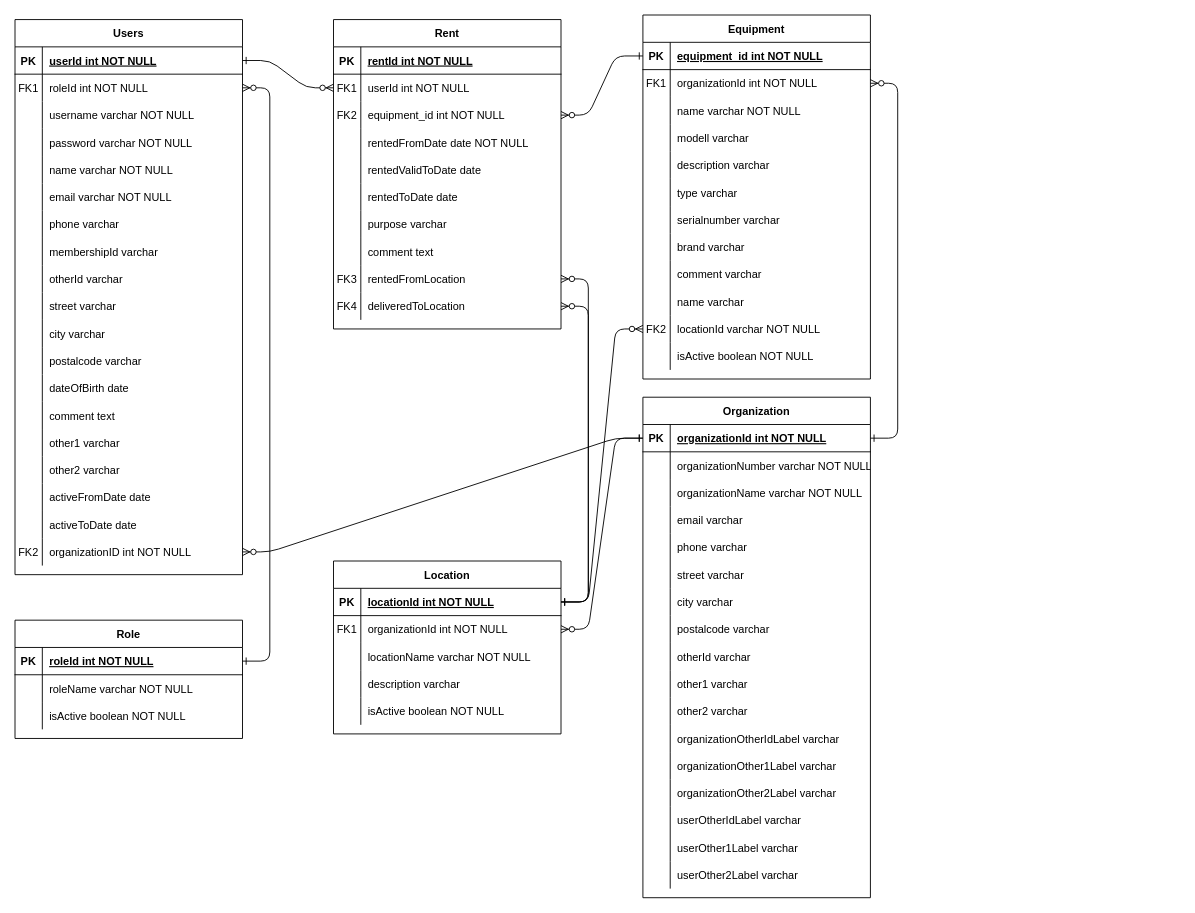
roarengen/equiplib keeps this draw.io diagram as Database.drawio. Above is the earlier version. Source tidied: cells renumbered, new cells numbered last; positions are measured from the earlier drawing's top-left corner, leaving out a move shared by most shapes. Both pictures are drawn from the tidied source at 91%, with x=0, y=0 at pixel (15, 15).
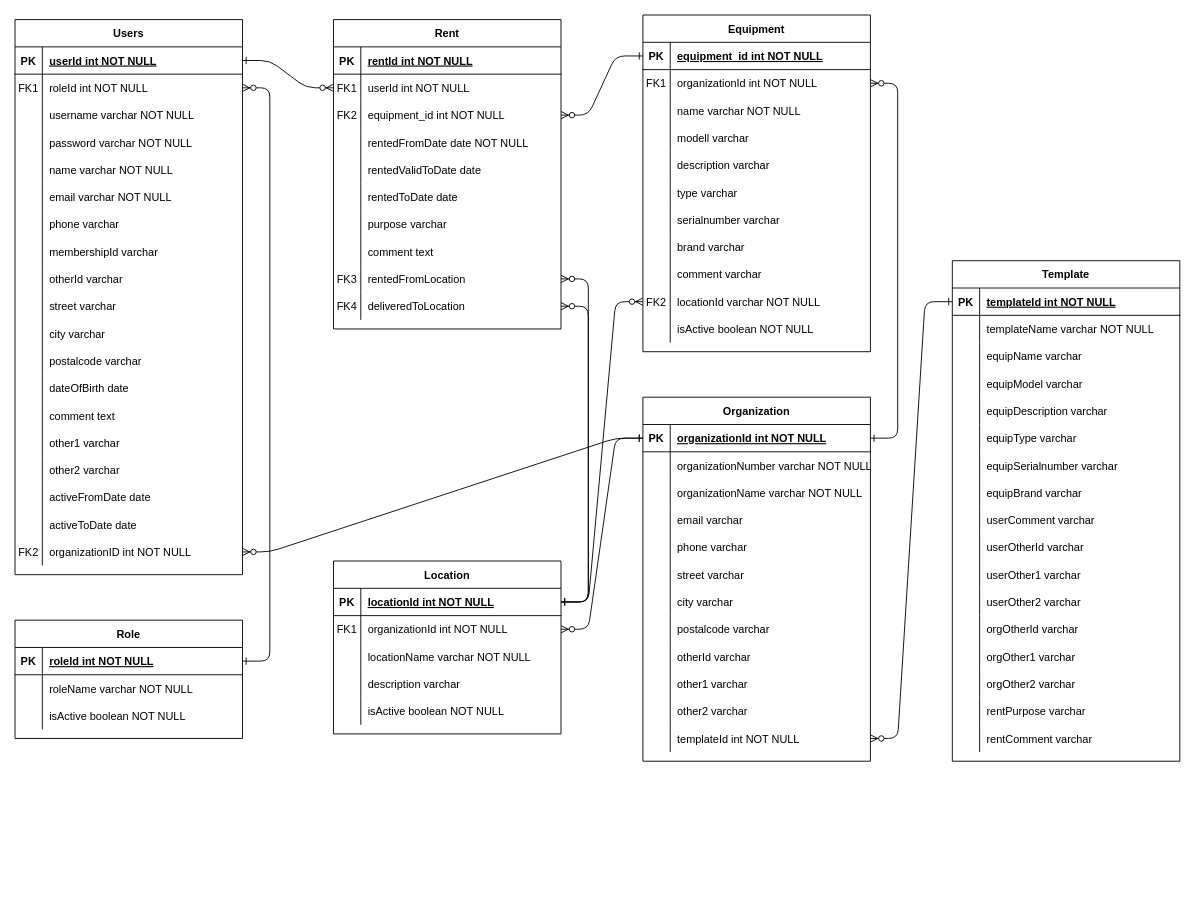
The same diagram, later.

Commit message:
Added template table and removed label fields from org table

What changed in the source:
```diff
@@
     <mxCell id="103" value="Equipment" style="shape=table;startSize=30;childLayout=tableLayout;rowLines=0;fontStyle=1;align=center;" parent="1" vertex="1">
-      <mxGeometry x="690" width="250" height="400" as="geometry" />
+      <mxGeometry x="690" width="250" height="370" as="geometry" />
     </mxCell>
@@
-    <mxCell id="131" style="shape=partialRectangle;fillColor=none;top=0;left=0;right=0;bottom=0;" parent="103" vertex="1">
-      <mxGeometry y="300" width="250" height="30" as="geometry" />
-    </mxCell>
-    <mxCell id="132" style="shape=partialRectangle;overflow=hidden;fillColor=none;top=0;left=0;bottom=0;right=0;" parent="131" vertex="1">
-      <mxGeometry width="30" height="30" as="geometry" />
-    </mxCell>
-    <mxCell id="133" value="name varchar" style="shape=partialRectangle;overflow=hidden;fillColor=none;top=0;left=0;bottom=0;right=0;align=left;spacingLeft=6;" parent="131" vertex="1">
-      <mxGeometry x="30" width="220" height="30" as="geometry" />
-    </mxCell>
     <mxCell id="134" style="shape=partialRectangle;fillColor=none;points=[[0,0.5],[1,0.5]];portConstraint=eastwest;top=0;left=0;right=0;bottom=0;" parent="103" vertex="1">
-      <mxGeometry y="330" width="250" height="30" as="geometry" />
+      <mxGeometry y="300" width="250" height="30" as="geometry" />
     </mxCell>
@@
     <mxCell id="137" style="shape=partialRectangle;fillColor=none;top=0;left=0;right=0;bottom=0;" parent="103" vertex="1">
-      <mxGeometry y="360" width="250" height="30" as="geometry" />
+      <mxGeometry y="330" width="250" height="30" as="geometry" />
     </mxCell>
@@
     <mxCell id="159" value="Organization" style="shape=table;startSize=30;childLayout=tableLayout;rowLines=0;fontStyle=1;align=center;" parent="1" vertex="1">
-      <mxGeometry x="690" y="420" width="250" height="550" as="geometry" />
+      <mxGeometry x="690" y="420" width="250" height="400" as="geometry" />
     </mxCell>
@@
-    <mxCell id="190" style="shape=partialRectangle;fillColor=none;top=0;left=0;right=0;bottom=0;" parent="159" vertex="1">
-      <mxGeometry y="330" width="250" height="30" as="geometry" />
-    </mxCell>
-    <mxCell id="191" style="shape=partialRectangle;overflow=hidden;fillColor=none;top=0;left=0;bottom=0;right=0;" parent="190" vertex="1">
-      <mxGeometry width="30" height="30" as="geometry" />
-    </mxCell>
+    <mxCell id="215" style="shape=partialRectangle;fillColor=none;top=0;left=0;right=0;bottom=0;" parent="159" vertex="1">
+      <mxGeometry y="330" width="250" height="30" as="geometry" />
+    </mxCell>
+    <mxCell id="216" style="shape=partialRectangle;overflow=hidden;fillColor=none;top=0;left=0;bottom=0;right=0;" parent="215" vertex="1">
+      <mxGeometry width="30" height="30" as="geometry" />
+    </mxCell>
-    <mxCell id="192" value="other2 varchar" style="shape=partialRectangle;overflow=hidden;fillColor=none;top=0;left=0;bottom=0;right=0;align=left;spacingLeft=6;" parent="190" vertex="1">
+    <mxCell id="192" value="other2 varchar" style="shape=partialRectangle;overflow=hidden;fillColor=none;top=0;left=0;bottom=0;right=0;align=left;spacingLeft=6;" parent="215" vertex="1">
       <mxGeometry x="30" width="220" height="30" as="geometry" />
     </mxCell>
-    <mxCell id="193" style="shape=partialRectangle;fillColor=none;top=0;left=0;right=0;bottom=0;" parent="159" vertex="1">
-      <mxGeometry y="360" width="250" height="30" as="geometry" />
-    </mxCell>
-    <mxCell id="194" style="shape=partialRectangle;overflow=hidden;fillColor=none;top=0;left=0;bottom=0;right=0;" parent="193" vertex="1">
-      <mxGeometry width="30" height="30" as="geometry" />
-    </mxCell>
-    <mxCell id="195" value="organizationOtherIdLabel varchar" style="shape=partialRectangle;overflow=hidden;fillColor=none;top=0;left=0;bottom=0;right=0;align=left;spacingLeft=6;" parent="193" vertex="1">
-      <mxGeometry x="30" width="220" height="30" as="geometry" />
-    </mxCell>
-    <mxCell id="196" style="shape=partialRectangle;fillColor=none;top=0;left=0;right=0;bottom=0;" parent="159" vertex="1">
-      <mxGeometry y="390" width="250" height="30" as="geometry" />
-    </mxCell>
-    <mxCell id="197" style="shape=partialRectangle;overflow=hidden;fillColor=none;top=0;left=0;bottom=0;right=0;" parent="196" vertex="1">
-      <mxGeometry width="30" height="30" as="geometry" />
-    </mxCell>
-    <mxCell id="198" value="organizationOther1Label varchar" style="shape=partialRectangle;overflow=hidden;fillColor=none;top=0;left=0;bottom=0;right=0;align=left;spacingLeft=6;" parent="196" vertex="1">
-      <mxGeometry x="30" width="220" height="30" as="geometry" />
-    </mxCell>
-    <mxCell id="199" style="shape=partialRectangle;fillColor=none;top=0;left=0;right=0;bottom=0;" parent="159" vertex="1">
-      <mxGeometry y="420" width="250" height="30" as="geometry" />
-    </mxCell>
-    <mxCell id="200" style="shape=partialRectangle;overflow=hidden;fillColor=none;top=0;left=0;bottom=0;right=0;" parent="199" vertex="1">
-      <mxGeometry width="30" height="30" as="geometry" />
-    </mxCell>
-    <mxCell id="201" value="organizationOther2Label varchar" style="shape=partialRectangle;overflow=hidden;fillColor=none;top=0;left=0;bottom=0;right=0;align=left;spacingLeft=6;" parent="199" vertex="1">
-      <mxGeometry x="30" width="220" height="30" as="geometry" />
-    </mxCell>
-    <mxCell id="202" style="shape=partialRectangle;fillColor=none;top=0;left=0;right=0;bottom=0;" parent="159" vertex="1">
-      <mxGeometry y="450" width="250" height="30" as="geometry" />
-    </mxCell>
-    <mxCell id="203" style="shape=partialRectangle;overflow=hidden;fillColor=none;top=0;left=0;bottom=0;right=0;" parent="202" vertex="1">
-      <mxGeometry width="30" height="30" as="geometry" />
-    </mxCell>
-    <mxCell id="204" value="userOtherIdLabel varchar" style="shape=partialRectangle;overflow=hidden;fillColor=none;top=0;left=0;bottom=0;right=0;align=left;spacingLeft=6;" parent="202" vertex="1">
-      <mxGeometry x="30" width="220" height="30" as="geometry" />
-    </mxCell>
-    <mxCell id="205" style="shape=partialRectangle;fillColor=none;top=0;left=0;right=0;bottom=0;" parent="159" vertex="1">
-      <mxGeometry y="480" width="250" height="30" as="geometry" />
-    </mxCell>
-    <mxCell id="206" style="shape=partialRectangle;overflow=hidden;fillColor=none;top=0;left=0;bottom=0;right=0;" parent="205" vertex="1">
-      <mxGeometry width="30" height="30" as="geometry" />
-    </mxCell>
-    <mxCell id="207" value="userOther1Label varchar" style="shape=partialRectangle;overflow=hidden;fillColor=none;top=0;left=0;bottom=0;right=0;align=left;spacingLeft=6;" parent="205" vertex="1">
-      <mxGeometry x="30" width="220" height="30" as="geometry" />
-    </mxCell>
-    <mxCell id="208" style="shape=partialRectangle;fillColor=none;top=0;left=0;right=0;bottom=0;" parent="159" vertex="1">
-      <mxGeometry y="510" width="250" height="30" as="geometry" />
-    </mxCell>
-    <mxCell id="209" style="shape=partialRectangle;overflow=hidden;fillColor=none;top=0;left=0;bottom=0;right=0;" parent="208" vertex="1">
-      <mxGeometry width="30" height="30" as="geometry" />
-    </mxCell>
-    <mxCell id="210" value="userOther2Label varchar" style="shape=partialRectangle;overflow=hidden;fillColor=none;top=0;left=0;bottom=0;right=0;align=left;spacingLeft=6;" parent="208" vertex="1">
-      <mxGeometry x="30" width="220" height="30" as="geometry" />
-    </mxCell>
+    <mxCell id="217" style="shape=partialRectangle;fillColor=none;points=[[0,0.5],[1,0.5]];portConstraint=eastwest;top=0;left=0;right=0;bottom=0;" parent="159" vertex="1">
+      <mxGeometry y="360" width="250" height="30" as="geometry" />
+    </mxCell>
+    <mxCell id="218" style="shape=partialRectangle;overflow=hidden;fillColor=none;top=0;left=0;bottom=0;right=0;" parent="217" vertex="1">
+      <mxGeometry width="30" height="30" as="geometry" />
+    </mxCell>
+    <mxCell id="219" value="templateId int NOT NULL" style="shape=partialRectangle;overflow=hidden;fillColor=none;top=0;left=0;bottom=0;right=0;align=left;spacingLeft=6;" parent="217" vertex="1">
+      <mxGeometry x="30" width="220" height="30" as="geometry" />
+    </mxCell>
@@
+    <mxCell id="220" value="Template" style="shape=table;startSize=30;childLayout=tableLayout;rowLines=0;fontStyle=1;align=center;" parent="1" vertex="1">
+      <mxGeometry x="1030" y="270" width="250" height="550" as="geometry" />
+    </mxCell>
+    <mxCell id="221" style="shape=partialRectangle;fillColor=none;points=[[0,0.5],[1,0.5]];portConstraint=eastwest;top=0;left=0;right=0;bottom=1;" parent="220" vertex="1">
+      <mxGeometry y="30" width="250" height="30" as="geometry" />
+    </mxCell>
+    <mxCell id="222" value="PK" style="shape=partialRectangle;overflow=hidden;fillColor=none;top=0;left=0;bottom=0;right=0;fontStyle=1;" parent="221" vertex="1">
+      <mxGeometry width="30" height="30" as="geometry" />
+    </mxCell>
+    <mxCell id="223" value="templateId int NOT NULL " style="shape=partialRectangle;overflow=hidden;fillColor=none;top=0;left=0;bottom=0;right=0;align=left;spacingLeft=6;fontStyle=5;" parent="221" vertex="1">
+      <mxGeometry x="30" width="220" height="30" as="geometry" />
+    </mxCell>
+    <mxCell id="224" style="shape=partialRectangle;fillColor=none;top=0;left=0;right=0;bottom=0;" parent="220" vertex="1">
+      <mxGeometry y="60" width="250" height="30" as="geometry" />
+    </mxCell>
+    <mxCell id="225" style="shape=partialRectangle;overflow=hidden;fillColor=none;top=0;left=0;bottom=0;right=0;" parent="224" vertex="1">
+      <mxGeometry width="30" height="30" as="geometry" />
+    </mxCell>
+    <mxCell id="226" value="templateName varchar NOT NULL" style="shape=partialRectangle;overflow=hidden;fillColor=none;top=0;left=0;bottom=0;right=0;align=left;spacingLeft=6;" parent="224" vertex="1">
+      <mxGeometry x="30" width="220" height="30" as="geometry" />
+    </mxCell>
+    <mxCell id="227" style="shape=partialRectangle;fillColor=none;top=0;left=0;right=0;bottom=0;" parent="220" vertex="1">
+      <mxGeometry y="90" width="250" height="30" as="geometry" />
+    </mxCell>
+    <mxCell id="228" style="shape=partialRectangle;overflow=hidden;fillColor=none;top=0;left=0;bottom=0;right=0;" parent="227" vertex="1">
+      <mxGeometry width="30" height="30" as="geometry" />
+    </mxCell>
+    <mxCell id="229" value="equipName varchar" style="shape=partialRectangle;overflow=hidden;fillColor=none;top=0;left=0;bottom=0;right=0;align=left;spacingLeft=6;" parent="227" vertex="1">
+      <mxGeometry x="30" width="220" height="30" as="geometry" />
+    </mxCell>
+    <mxCell id="230" style="shape=partialRectangle;fillColor=none;top=0;left=0;right=0;bottom=0;" parent="220" vertex="1">
+      <mxGeometry y="120" width="250" height="30" as="geometry" />
+    </mxCell>
+    <mxCell id="231" style="shape=partialRectangle;overflow=hidden;fillColor=none;top=0;left=0;bottom=0;right=0;" parent="230" vertex="1">
+      <mxGeometry width="30" height="30" as="geometry" />
+    </mxCell>
+    <mxCell id="232" value="equipModel varchar" style="shape=partialRectangle;overflow=hidden;fillColor=none;top=0;left=0;bottom=0;right=0;align=left;spacingLeft=6;" parent="230" vertex="1">
+      <mxGeometry x="30" width="220" height="30" as="geometry" />
+    </mxCell>
+    <mxCell id="233" style="shape=partialRectangle;fillColor=none;top=0;left=0;right=0;bottom=0;" parent="220" vertex="1">
+      <mxGeometry y="150" width="250" height="30" as="geometry" />
+    </mxCell>
+    <mxCell id="234" style="shape=partialRectangle;overflow=hidden;fillColor=none;top=0;left=0;bottom=0;right=0;" parent="233" vertex="1">
+      <mxGeometry width="30" height="30" as="geometry" />
+    </mxCell>
+    <mxCell id="235" value="equipDescription varchar" style="shape=partialRectangle;overflow=hidden;fillColor=none;top=0;left=0;bottom=0;right=0;align=left;spacingLeft=6;" parent="233" vertex="1">
+      <mxGeometry x="30" width="220" height="30" as="geometry" />
+    </mxCell>
+    <mxCell id="236" style="shape=partialRectangle;fillColor=none;top=0;left=0;right=0;bottom=0;" parent="220" vertex="1">
+      <mxGeometry y="180" width="250" height="30" as="geometry" />
+    </mxCell>
+    <mxCell id="237" style="shape=partialRectangle;overflow=hidden;fillColor=none;top=0;left=0;bottom=0;right=0;" parent="236" vertex="1">
+      <mxGeometry width="30" height="30" as="geometry" />
+    </mxCell>
+    <mxCell id="238" value="equipType varchar" style="shape=partialRectangle;overflow=hidden;fillColor=none;top=0;left=0;bottom=0;right=0;align=left;spacingLeft=6;" parent="236" vertex="1">
+      <mxGeometry x="30" width="220" height="30" as="geometry" />
+    </mxCell>
+    <mxCell id="239" style="shape=partialRectangle;fillColor=none;top=0;left=0;right=0;bottom=0;" parent="220" vertex="1">
+      <mxGeometry y="210" width="250" height="30" as="geometry" />
+    </mxCell>
+    <mxCell id="240" style="shape=partialRectangle;overflow=hidden;fillColor=none;top=0;left=0;bottom=0;right=0;" parent="239" vertex="1">
+      <mxGeometry width="30" height="30" as="geometry" />
+    </mxCell>
+    <mxCell id="241" value="equipSerialnumber varchar" style="shape=partialRectangle;overflow=hidden;fillColor=none;top=0;left=0;bottom=0;right=0;align=left;spacingLeft=6;" parent="239" vertex="1">
+      <mxGeometry x="30" width="220" height="30" as="geometry" />
+    </mxCell>
+    <mxCell id="242" style="shape=partialRectangle;fillColor=none;top=0;left=0;right=0;bottom=0;" parent="220" vertex="1">
+      <mxGeometry y="240" width="250" height="30" as="geometry" />
+    </mxCell>
+    <mxCell id="243" style="shape=partialRectangle;overflow=hidden;fillColor=none;top=0;left=0;bottom=0;right=0;" parent="242" vertex="1">
+      <mxGeometry width="30" height="30" as="geometry" />
+    </mxCell>
+    <mxCell id="244" value="equipBrand varchar" style="shape=partialRectangle;overflow=hidden;fillColor=none;top=0;left=0;bottom=0;right=0;align=left;spacingLeft=6;" parent="242" vertex="1">
+      <mxGeometry x="30" width="220" height="30" as="geometry" />
+    </mxCell>
+    <mxCell id="245" style="shape=partialRectangle;fillColor=none;top=0;left=0;right=0;bottom=0;" parent="220" vertex="1">
+      <mxGeometry y="270" width="250" height="30" as="geometry" />
+    </mxCell>
+    <mxCell id="246" style="shape=partialRectangle;overflow=hidden;fillColor=none;top=0;left=0;bottom=0;right=0;" parent="245" vertex="1">
+      <mxGeometry width="30" height="30" as="geometry" />
+    </mxCell>
+    <mxCell id="247" value="userComment varchar" style="shape=partialRectangle;overflow=hidden;fillColor=none;top=0;left=0;bottom=0;right=0;align=left;spacingLeft=6;" parent="245" vertex="1">
+      <mxGeometry x="30" width="220" height="30" as="geometry" />
+    </mxCell>
+    <mxCell id="131" style="shape=partialRectangle;fillColor=none;top=0;left=0;right=0;bottom=0;" parent="220" vertex="1">
+      <mxGeometry y="300" width="250" height="30" as="geometry" />
+    </mxCell>
+    <mxCell id="248" style="shape=partialRectangle;overflow=hidden;fillColor=none;top=0;left=0;bottom=0;right=0;" parent="131" vertex="1">
+      <mxGeometry width="30" height="30" as="geometry" />
+    </mxCell>
+    <mxCell id="249" value="userOtherId varchar" style="shape=partialRectangle;overflow=hidden;fillColor=none;top=0;left=0;bottom=0;right=0;align=left;spacingLeft=6;" parent="131" vertex="1">
+      <mxGeometry x="30" width="220" height="30" as="geometry" />
+    </mxCell>
+    <mxCell id="250" style="shape=partialRectangle;fillColor=none;top=0;left=0;right=0;bottom=0;" parent="220" vertex="1">
+      <mxGeometry y="330" width="250" height="30" as="geometry" />
+    </mxCell>
+    <mxCell id="251" style="shape=partialRectangle;overflow=hidden;fillColor=none;top=0;left=0;bottom=0;right=0;" parent="250" vertex="1">
+      <mxGeometry width="30" height="30" as="geometry" />
+    </mxCell>
+    <mxCell id="252" value="userOther1 varchar" style="shape=partialRectangle;overflow=hidden;fillColor=none;top=0;left=0;bottom=0;right=0;align=left;spacingLeft=6;" parent="250" vertex="1">
+      <mxGeometry x="30" width="220" height="30" as="geometry" />
+    </mxCell>
+    <mxCell id="253" style="shape=partialRectangle;fillColor=none;top=0;left=0;right=0;bottom=0;" parent="220" vertex="1">
+      <mxGeometry y="360" width="250" height="30" as="geometry" />
+    </mxCell>
+    <mxCell id="254" style="shape=partialRectangle;overflow=hidden;fillColor=none;top=0;left=0;bottom=0;right=0;" parent="253" vertex="1">
+      <mxGeometry width="30" height="30" as="geometry" />
+    </mxCell>
+    <mxCell id="255" value="userOther2 varchar" style="shape=partialRectangle;overflow=hidden;fillColor=none;top=0;left=0;bottom=0;right=0;align=left;spacingLeft=6;" parent="253" vertex="1">
+      <mxGeometry x="30" width="220" height="30" as="geometry" />
+    </mxCell>
+    <mxCell id="196" style="shape=partialRectangle;fillColor=none;top=0;left=0;right=0;bottom=0;" parent="220" vertex="1">
+      <mxGeometry y="390" width="250" height="30" as="geometry" />
+    </mxCell>
+    <mxCell id="256" style="shape=partialRectangle;overflow=hidden;fillColor=none;top=0;left=0;bottom=0;right=0;" parent="196" vertex="1">
+      <mxGeometry width="30" height="30" as="geometry" />
+    </mxCell>
+    <mxCell id="257" value="orgOtherId varchar" style="shape=partialRectangle;overflow=hidden;fillColor=none;top=0;left=0;bottom=0;right=0;align=left;spacingLeft=6;" parent="196" vertex="1">
+      <mxGeometry x="30" width="220" height="30" as="geometry" />
+    </mxCell>
+    <mxCell id="199" style="shape=partialRectangle;fillColor=none;top=0;left=0;right=0;bottom=0;" parent="220" vertex="1">
+      <mxGeometry y="420" width="250" height="30" as="geometry" />
+    </mxCell>
+    <mxCell id="258" style="shape=partialRectangle;overflow=hidden;fillColor=none;top=0;left=0;bottom=0;right=0;" parent="199" vertex="1">
+      <mxGeometry width="30" height="30" as="geometry" />
+    </mxCell>
+    <mxCell id="259" value="orgOther1 varchar" style="shape=partialRectangle;overflow=hidden;fillColor=none;top=0;left=0;bottom=0;right=0;align=left;spacingLeft=6;" parent="199" vertex="1">
+      <mxGeometry x="30" width="220" height="30" as="geometry" />
+    </mxCell>
+    <mxCell id="202" style="shape=partialRectangle;fillColor=none;top=0;left=0;right=0;bottom=0;" parent="220" vertex="1">
+      <mxGeometry y="450" width="250" height="30" as="geometry" />
+    </mxCell>
+    <mxCell id="260" style="shape=partialRectangle;overflow=hidden;fillColor=none;top=0;left=0;bottom=0;right=0;" parent="202" vertex="1">
+      <mxGeometry width="30" height="30" as="geometry" />
+    </mxCell>
+    <mxCell id="261" value="orgOther2 varchar" style="shape=partialRectangle;overflow=hidden;fillColor=none;top=0;left=0;bottom=0;right=0;align=left;spacingLeft=6;" parent="202" vertex="1">
+      <mxGeometry x="30" width="220" height="30" as="geometry" />
+    </mxCell>
+    <mxCell id="205" style="shape=partialRectangle;fillColor=none;top=0;left=0;right=0;bottom=0;" parent="220" vertex="1">
+      <mxGeometry y="480" width="250" height="30" as="geometry" />
+    </mxCell>
+    <mxCell id="262" style="shape=partialRectangle;overflow=hidden;fillColor=none;top=0;left=0;bottom=0;right=0;" parent="205" vertex="1">
+      <mxGeometry width="30" height="30" as="geometry" />
+    </mxCell>
+    <mxCell id="263" value="rentPurpose varchar" style="shape=partialRectangle;overflow=hidden;fillColor=none;top=0;left=0;bottom=0;right=0;align=left;spacingLeft=6;" parent="205" vertex="1">
+      <mxGeometry x="30" width="220" height="30" as="geometry" />
+    </mxCell>
+    <mxCell id="208" style="shape=partialRectangle;fillColor=none;top=0;left=0;right=0;bottom=0;" parent="220" vertex="1">
+      <mxGeometry y="510" width="250" height="30" as="geometry" />
+    </mxCell>
+    <mxCell id="264" style="shape=partialRectangle;overflow=hidden;fillColor=none;top=0;left=0;bottom=0;right=0;" parent="208" vertex="1">
+      <mxGeometry width="30" height="30" as="geometry" />
+    </mxCell>
+    <mxCell id="265" value="rentComment varchar" style="shape=partialRectangle;overflow=hidden;fillColor=none;top=0;left=0;bottom=0;right=0;align=left;spacingLeft=6;" parent="208" vertex="1">
+      <mxGeometry x="30" width="220" height="30" as="geometry" />
+    </mxCell>
+    <mxCell id="266" style="edgeStyle=entityRelationEdgeStyle;endArrow=ERzeroToMany;startArrow=ERone;endFill=1;startFill=0;exitX=0;exitY=0.5;exitDx=0;exitDy=0;entryX=1;entryY=0.5;entryDx=0;entryDy=0;" parent="1" edge="1" source="221" target="217">
+      <mxGeometry relative="1" as="geometry" />
+    </mxCell>
```
